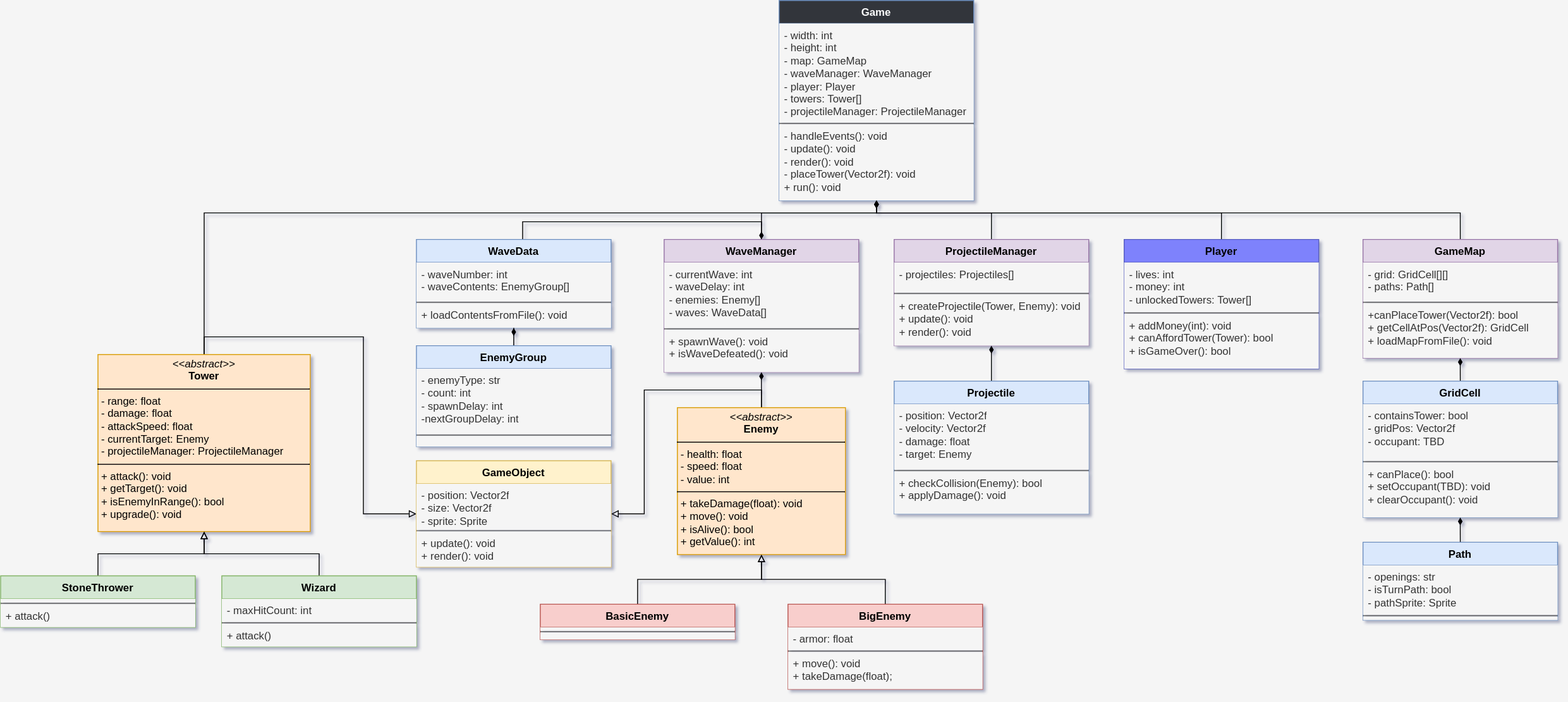
Earlier version of the draw.io export PixelDefense.drawio.svg (Jesper-R/cpp-tower-defense). Source tidied: cells renumbered, new cells last; positions are measured from the earlier drawing's top-left corner, leaving out a move shared by most shapes.
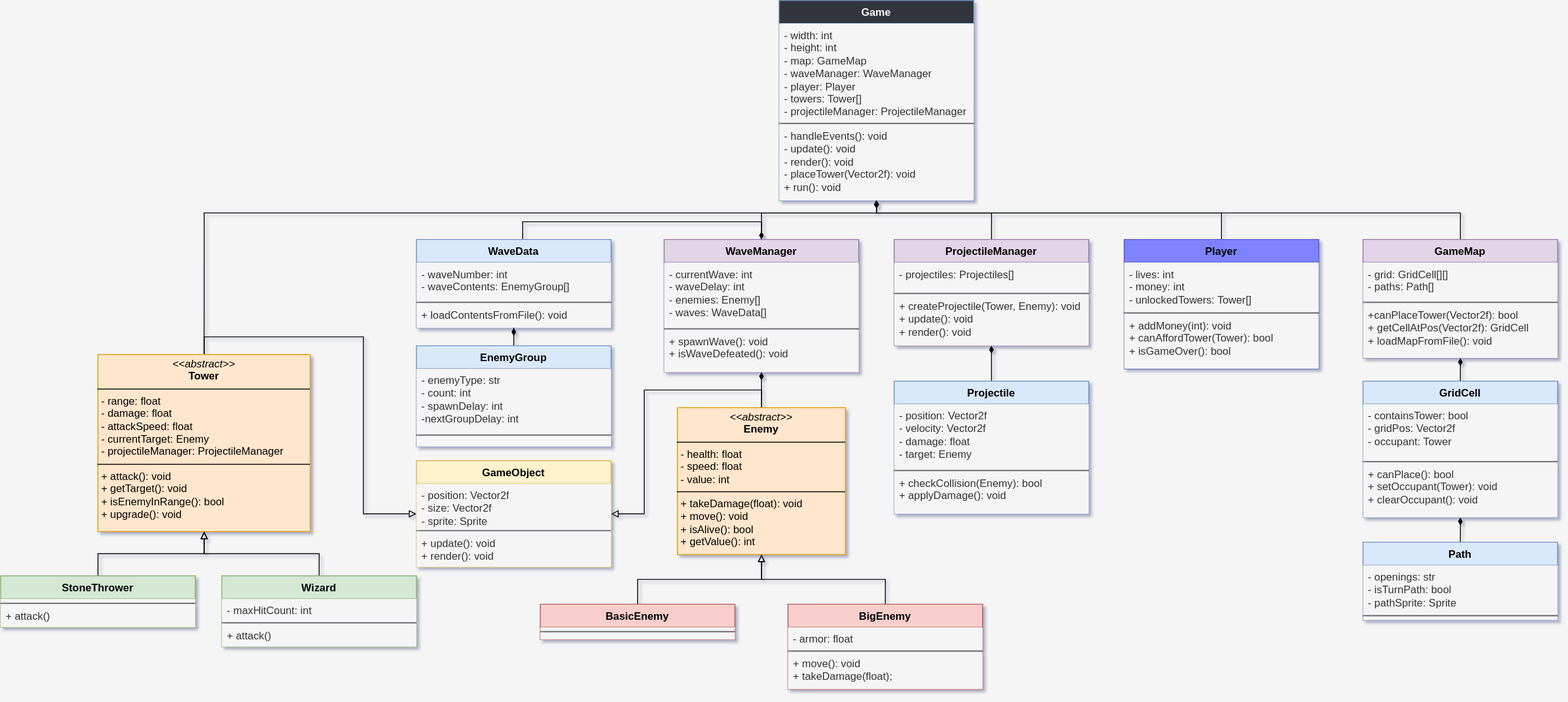
The same diagram one commit later.

Diff of the diagram source:
```diff
@@ -60,13 +60,13 @@
     <mxCell id="17" value="GridCell" style="swimlane;fontStyle=1;align=center;verticalAlign=top;horizontal=1;startSize=26;whiteSpace=wrap;html=1;fillColor=#dae8fc;strokeColor=#6c8ebf;fontFamily=Helvetica;" parent="1" vertex="1">
       <mxGeometry x="1540" y="430" width="220" height="154" as="geometry" />
     </mxCell>
-    <mxCell id="18" value="&lt;div&gt;- containsTower: bool&lt;/div&gt;&lt;div&gt;- gridPos: Vector2f&lt;/div&gt;&lt;div&gt;- occupant: TBD&lt;/div&gt;&lt;div&gt;&lt;br&gt;&lt;/div&gt;" style="text;strokeColor=none;fillColor=#f5f5f5;align=left;verticalAlign=top;spacingLeft=4;spacingRight=4;overflow=hidden;whiteSpace=wrap;html=1;fontColor=#333333;fontFamily=Helvetica;" parent="17" vertex="1">
+    <mxCell id="18" value="&lt;div&gt;- containsTower: bool&lt;/div&gt;&lt;div&gt;- gridPos: Vector2f&lt;/div&gt;&lt;div&gt;- occupant: Tower&lt;/div&gt;&lt;div&gt;&lt;br&gt;&lt;/div&gt;" style="text;strokeColor=none;fillColor=#f5f5f5;align=left;verticalAlign=top;spacingLeft=4;spacingRight=4;overflow=hidden;whiteSpace=wrap;html=1;fontColor=#333333;fontFamily=Helvetica;" parent="17" vertex="1">
       <mxGeometry y="26" width="220" height="64" as="geometry" />
     </mxCell>
     <mxCell id="19" style="line;strokeWidth=1;fillColor=#f5f5f5;align=left;verticalAlign=middle;spacingTop=-1;spacingLeft=3;spacingRight=3;labelPosition=right;strokeColor=#666666;fontColor=#333333;fontFamily=Helvetica;" parent="17" vertex="1">
       <mxGeometry y="90" width="220" height="2" as="geometry" />
     </mxCell>
-    <mxCell id="20" value="&lt;div&gt;+ canPlace(): bool&lt;/div&gt;&lt;div&gt;+ setOccupant(TBD): void&lt;/div&gt;&lt;div&gt;+ clearOccupant(): void&lt;/div&gt;&lt;div&gt;&lt;br&gt;&lt;/div&gt;" style="text;strokeColor=none;fillColor=#f5f5f5;align=left;verticalAlign=top;spacingLeft=4;spacingRight=4;overflow=hidden;whiteSpace=wrap;html=1;fontColor=#333333;fontFamily=Helvetica;" parent="17" vertex="1">
+    <mxCell id="20" value="&lt;div&gt;+ canPlace(): bool&lt;/div&gt;&lt;div&gt;+ setOccupant(Tower): void&lt;/div&gt;&lt;div&gt;+ clearOccupant(): void&lt;/div&gt;&lt;div&gt;&lt;br&gt;&lt;/div&gt;" style="text;strokeColor=none;fillColor=#f5f5f5;align=left;verticalAlign=top;spacingLeft=4;spacingRight=4;overflow=hidden;whiteSpace=wrap;html=1;fontColor=#333333;fontFamily=Helvetica;" parent="17" vertex="1">
       <mxGeometry y="92" width="220" height="62" as="geometry" />
     </mxCell>
     <mxCell id="21" style="edgeStyle=orthogonalEdgeStyle;rounded=0;jettySize=auto;html=1;exitX=0.5;exitY=0;exitDx=0;exitDy=0;endArrow=diamondThin;endFill=1;fontFamily=Helvetica;" parent="1" edge="1" source="22" target="17">
```
